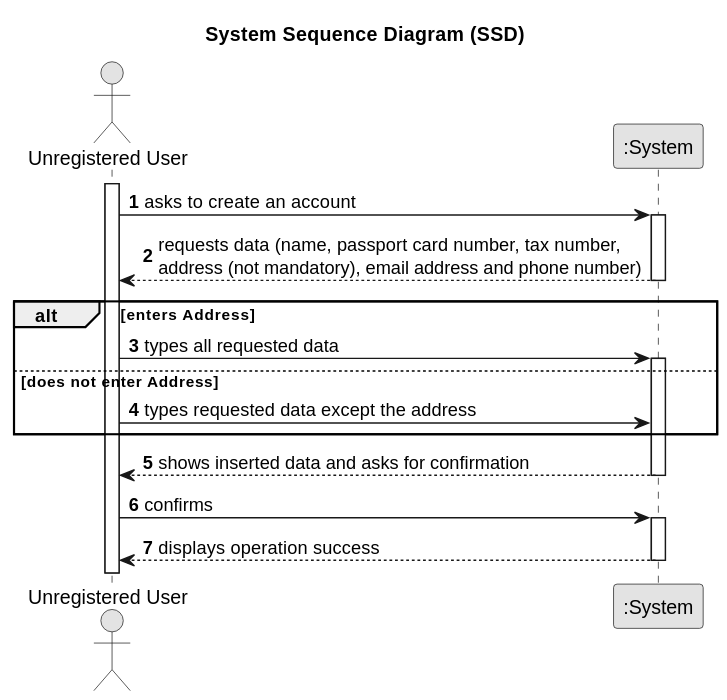
The PlantUML diagram docs/sprintB/US07/01.requirements-engineering/svg/us07-system-sequence-diagram.svg in PureNimble/ISEP-LAPR2, before a commit.
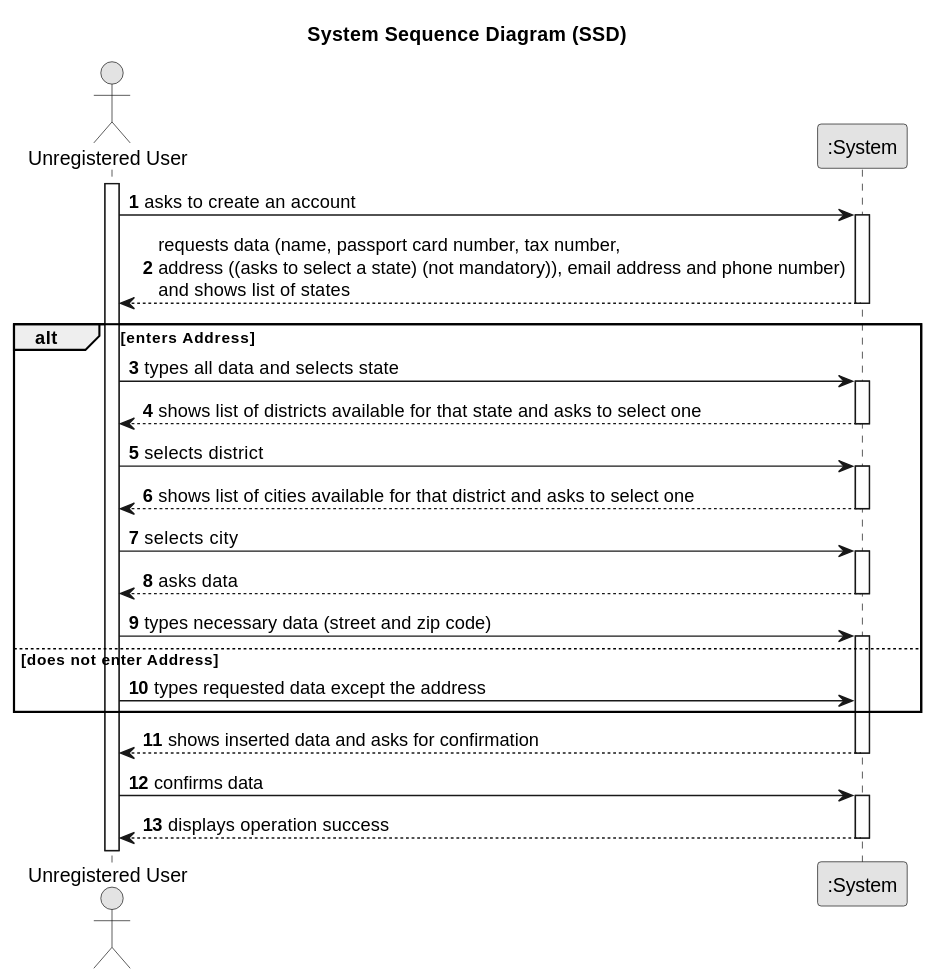
Above is the later version.

What changed in the source:
```diff
@@ -15,12 +15,30 @@
     unregUser -> System : asks to create an account
     activate System
 
-        System --> unregUser : requests data (name, passport card number, tax number, \naddress (not mandatory), email address and phone number)
+        System --> unregUser : requests data (name, passport card number, tax number,\naddress ((asks to select a state) (not mandatory)), email address and phone number)\nand shows list of states
     deactivate System
 
     alt enters Address
 
-    unregUser -> System : types all requested data
+    unregUser -> System : types all data and selects state
+    activate System
+
+        System --> unregUser : shows list of districts available for that state and asks to select one
+    deactivate System
+
+    unregUser -> System : selects district
+    activate System
+
+        System --> unregUser : shows list of cities available for that district and asks to select one
+    deactivate System
+
+    unregUser -> System : selects city
+    activate System
+
+        System --> unregUser : asks data
+    deactivate System
+
+    unregUser -> System : types necessary data (street and zip code)
     activate System
 
     else does not enter Address
@@ -32,7 +50,7 @@
         System --> unregUser : shows inserted data and asks for confirmation
     deactivate System
 
-    unregUser -> System : confirms
+    unregUser -> System : confirms data
     activate System
 
         System --> unregUser : displays operation success
```
